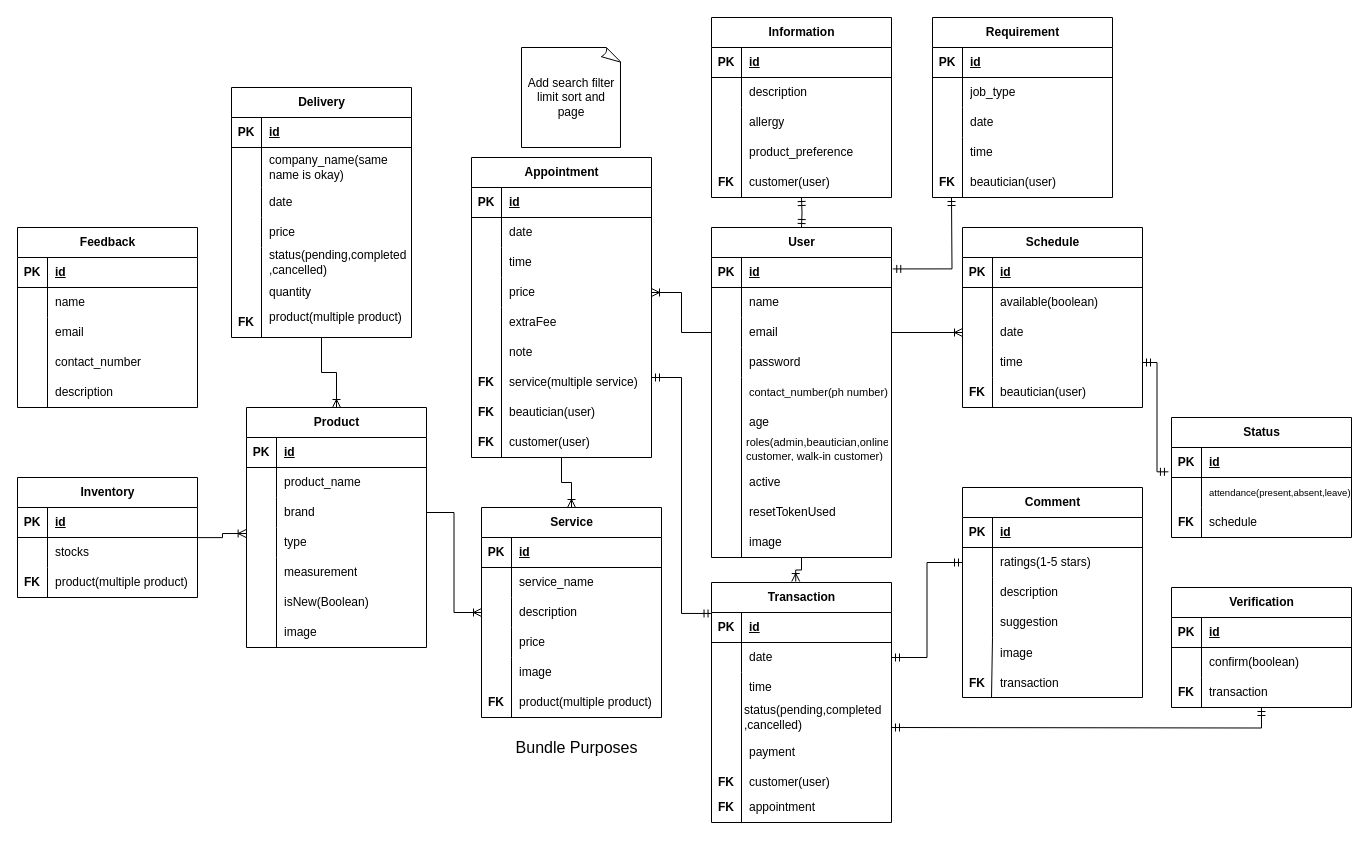
This is erd/Salon-Erd.drawio from GabTheGreat25/Salon-Api, a draw.io file, before an edit. Source tidied: cells renumbered, new cells numbered last; positions are measured from the earlier drawing's top-left corner, leaving out a move shared by most shapes. Both pictures are drawn from the tidied source at 100%, with x=0, y=0 at pixel (17, 17).
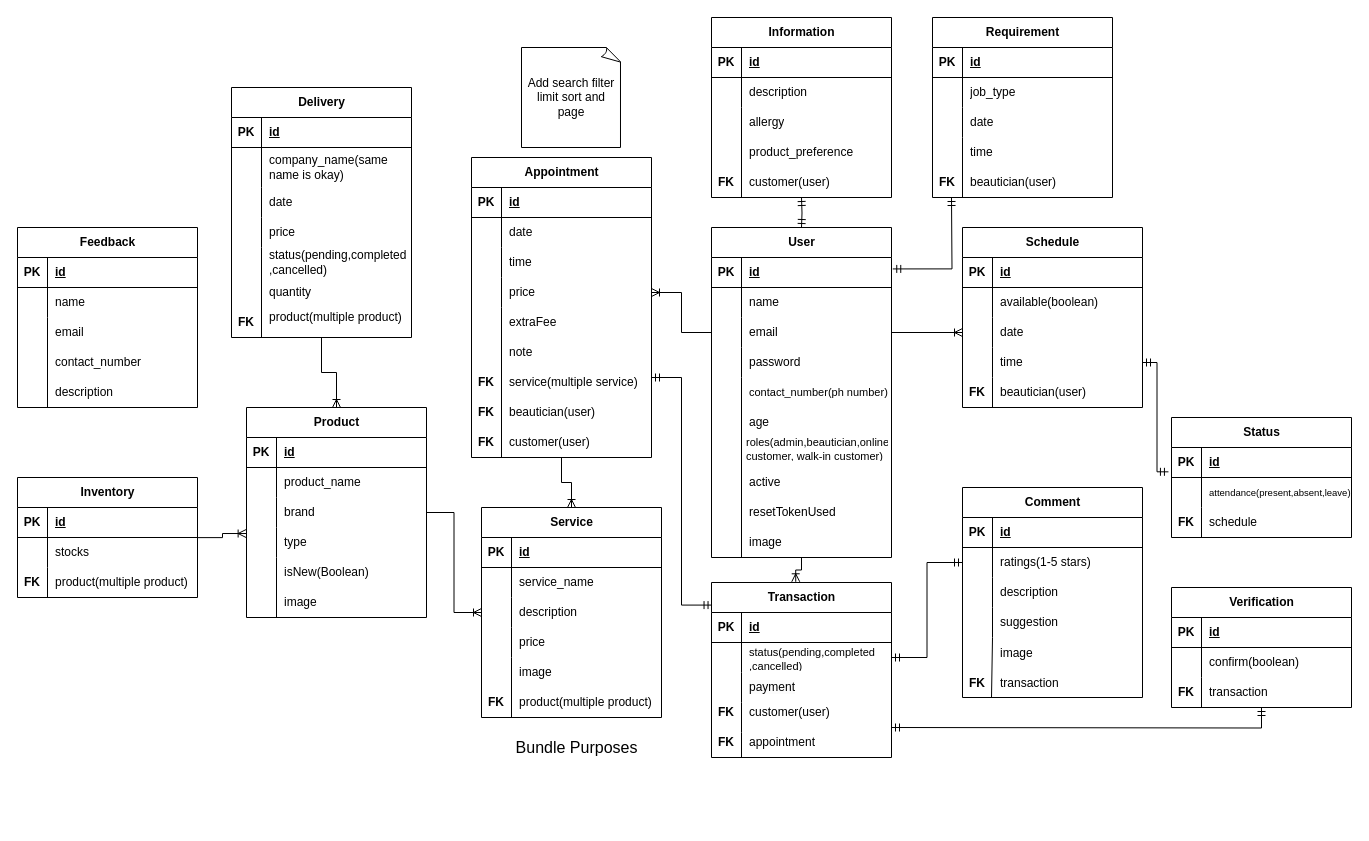
The same page after the edit.

The change refers to these unchanged cells:
```xml
<mxCell id="88" style="shape=tableRow;horizontal=0;startSize=0;swimlaneHead=0;swimlaneBody=0;fillColor=none;points=[[0,0.5],[1,0.5]];portConstraint=eastwest;top=0;left=0;right=0;bottom=0;" parent="84" vertex="1">
  <mxGeometry y="60" width="180" height="30" as="geometry" />
</mxCell>
<mxCell id="91" style="shape=tableRow;horizontal=0;startSize=0;swimlaneHead=0;swimlaneBody=0;fillColor=none;top=0;left=0;right=0;bottom=0;" parent="84" vertex="1">
  <mxGeometry y="90" width="180" height="30" as="geometry" />
</mxCell>
```

Diff of the diagram source:
```diff
@@
     <mxCell id="84" value="Transaction" style="shape=table;startSize=30;childLayout=tableLayout;rowLines=0;fontStyle=1;align=center;html=1;" parent="1" vertex="1">
-      <mxGeometry x="694" y="565" width="180" height="240" as="geometry" />
+      <mxGeometry x="694" y="565" width="180" height="175" as="geometry" />
     </mxCell>
@@
-    <mxCell id="90" value="date" style="shape=partialRectangle;fillColor=none;top=0;left=0;bottom=0;right=0;align=left;spacingLeft=6;overflow=hidden;whiteSpace=wrap;html=1;" parent="88" vertex="1">
+    <mxCell id="90" value="&lt;font style=&quot;font-size: 11px;&quot;&gt;status(pending,completed&lt;br style=&quot;border-color: var(--border-color);&quot;&gt;,cancelled)&lt;/font&gt;" style="shape=partialRectangle;fillColor=none;top=0;left=0;bottom=0;right=0;align=left;spacingLeft=6;overflow=hidden;whiteSpace=wrap;html=1;" parent="88" vertex="1">
       <mxGeometry x="30" width="150" height="30" as="geometry" />
     </mxCell>
@@
-    <mxCell id="93" value="&lt;font size=&quot;1&quot; style=&quot;&quot;&gt;&lt;span style=&quot;font-size: 12px;&quot;&gt;time&lt;/span&gt;&lt;/font&gt;" style="shape=partialRectangle;fillColor=none;top=0;left=0;bottom=0;right=0;align=left;spacingLeft=6;overflow=hidden;whiteSpace=wrap;html=1;" parent="91" vertex="1">
+    <mxCell id="93" value="&lt;span style=&quot;color: rgb(0, 0, 0); font-family: Helvetica; font-size: 12px; font-style: normal; font-variant-ligatures: normal; font-variant-caps: normal; font-weight: 400; letter-spacing: normal; orphans: 2; text-align: left; text-indent: 0px; text-transform: none; widows: 2; word-spacing: 0px; -webkit-text-stroke-width: 0px; background-color: rgb(251, 251, 251); text-decoration-thickness: initial; text-decoration-style: initial; text-decoration-color: initial; float: none; display: inline !important;&quot;&gt;payment&lt;/span&gt;" style="shape=partialRectangle;fillColor=none;top=0;left=0;bottom=0;right=0;align=left;spacingLeft=6;overflow=hidden;whiteSpace=wrap;html=1;" parent="91" vertex="1">
       <mxGeometry x="30" width="150" height="30" as="geometry" />
     </mxCell>
@@
-    <mxCell id="97" style="endArrow=none;html=1;rounded=0;" parent="1" edge="1">
-      <mxGeometry relative="1" as="geometry">
-        <mxPoint x="724" y="680" as="sourcePoint" />
-        <mxPoint x="724" y="800" as="targetPoint" />
-      </mxGeometry>
-    </mxCell>
     <mxCell id="98" value="&lt;span style=&quot;border-color: var(--border-color);&quot;&gt;customer(user)&lt;/span&gt;" style="shape=partialRectangle;fillColor=none;top=0;left=0;bottom=0;right=0;align=left;spacingLeft=6;overflow=hidden;whiteSpace=wrap;html=1;" parent="1" vertex="1">
-      <mxGeometry x="724" y="750" width="150" height="30" as="geometry" />
+      <mxGeometry x="724" y="680" width="150" height="30" as="geometry" />
     </mxCell>
     <mxCell id="99" value="FK" style="shape=partialRectangle;fillColor=none;top=0;left=0;bottom=0;right=0;fontStyle=1;overflow=hidden;whiteSpace=wrap;html=1;" parent="1" vertex="1">
-      <mxGeometry x="694" y="775" width="30" height="30" as="geometry" />
+      <mxGeometry x="694" y="710" width="30" height="30" as="geometry" />
     </mxCell>
     <mxCell id="100" value="appointment" style="shape=partialRectangle;fillColor=none;top=0;left=0;bottom=0;right=0;align=left;spacingLeft=6;overflow=hidden;whiteSpace=wrap;html=1;" parent="1" vertex="1">
-      <mxGeometry x="724" y="775" width="150" height="30" as="geometry" />
+      <mxGeometry x="724" y="710" width="150" height="30" as="geometry" />
     </mxCell>
     <mxCell id="101" value="FK" style="shape=partialRectangle;fillColor=none;top=0;left=0;bottom=0;right=0;fontStyle=1;overflow=hidden;whiteSpace=wrap;html=1;" parent="1" vertex="1">
-      <mxGeometry x="694" y="750" width="30" height="30" as="geometry" />
+      <mxGeometry x="694" y="680" width="30" height="30" as="geometry" />
     </mxCell>
@@
     <mxCell id="108" value="Product" style="shape=table;startSize=30;childLayout=tableLayout;rowLines=0;fontStyle=1;align=center;html=1;" parent="1" vertex="1">
-      <mxGeometry x="229" y="390" width="180" height="240" as="geometry" />
+      <mxGeometry x="229" y="390" width="180" height="210" as="geometry" />
     </mxCell>
@@
     <mxCell id="121" style="endArrow=none;html=1;rounded=0;" parent="1" edge="1">
       <mxGeometry relative="1" as="geometry">
         <mxPoint x="259" y="540" as="sourcePoint" />
-        <mxPoint x="259" y="630" as="targetPoint" />
+        <mxPoint x="259" y="600" as="targetPoint" />
       </mxGeometry>
     </mxCell>
     <mxCell id="122" value="image" style="shape=partialRectangle;fillColor=none;top=0;left=0;bottom=0;right=0;align=left;spacingLeft=6;overflow=hidden;whiteSpace=wrap;html=1;" parent="1" vertex="1">
-      <mxGeometry x="259" y="600" width="150" height="30" as="geometry" />
+      <mxGeometry x="259" y="570" width="150" height="30" as="geometry" />
     </mxCell>
@@
-    <mxCell id="147" value="&lt;span style=&quot;border-color: var(--border-color);&quot;&gt;payment&lt;/span&gt;" style="shape=partialRectangle;fillColor=none;top=0;left=0;bottom=0;right=0;align=left;spacingLeft=6;overflow=hidden;whiteSpace=wrap;html=1;" parent="1" vertex="1">
-      <mxGeometry x="724" y="720" width="150" height="30" as="geometry" />
-    </mxCell>
@@
-    <mxCell id="189" value="measurement" style="shape=partialRectangle;fillColor=none;top=0;left=0;bottom=0;right=0;align=left;spacingLeft=6;overflow=hidden;whiteSpace=wrap;html=1;" parent="1" vertex="1">
-      <mxGeometry x="259" y="540" width="150" height="30" as="geometry" />
-    </mxCell>
@@
-    <mxCell id="237" value="&lt;span style=&quot;border-color: var(--border-color);&quot;&gt;&lt;font style=&quot;font-size: 12px;&quot;&gt;status(pending,completed&lt;br&gt;,cancelled)&lt;/font&gt;&lt;/span&gt;" style="shape=partialRectangle;fillColor=none;top=0;left=0;bottom=0;right=0;align=left;spacingLeft=6;overflow=hidden;whiteSpace=wrap;html=1;" parent="1" vertex="1">
-      <mxGeometry x="719" y="680" width="150" height="40" as="geometry" />
-    </mxCell>
     <mxCell id="238" style="endArrow=none;html=1;rounded=0;startSize=3;endSize=3;targetPerimeterSpacing=0;" parent="1" edge="1">
       <mxGeometry relative="1" as="geometry">
-        <mxPoint x="724" y="805" as="sourcePoint" />
-        <mxPoint x="724" y="795" as="targetPoint" />
+        <mxPoint x="724" y="740" as="sourcePoint" />
+        <mxPoint x="724" y="715" as="targetPoint" />
       </mxGeometry>
     </mxCell>
     <mxCell id="239" value="isNew(Boolean)" style="shape=partialRectangle;fillColor=none;top=0;left=0;bottom=0;right=0;align=left;spacingLeft=6;overflow=hidden;whiteSpace=wrap;html=1;" parent="1" vertex="1">
-      <mxGeometry x="259" y="570" width="150" height="30" as="geometry" />
+      <mxGeometry x="259" y="540" width="150" height="30" as="geometry" />
     </mxCell>
```
